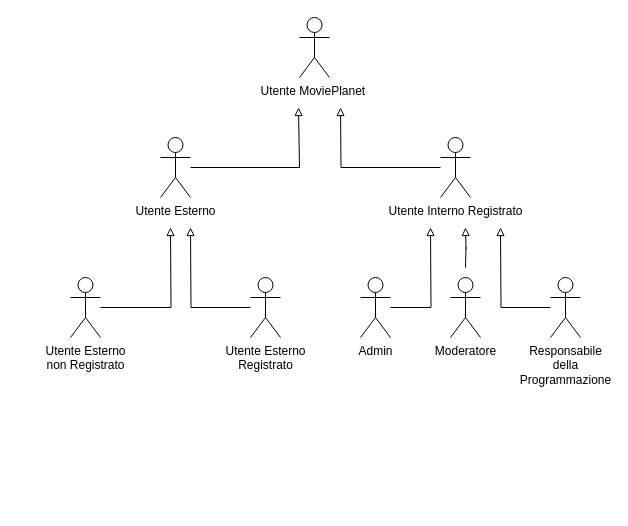
Earlier version of the draw.io diagram users.drawio (michelafarruggia/SEBD). Source tidied: cells renumbered, new cells numbered last; positions are measured from the earlier drawing's top-left corner, leaving out a move shared by most shapes. Both pictures are drawn from the tidied source at 100%, with x=0, y=0 at pixel (70, 17).
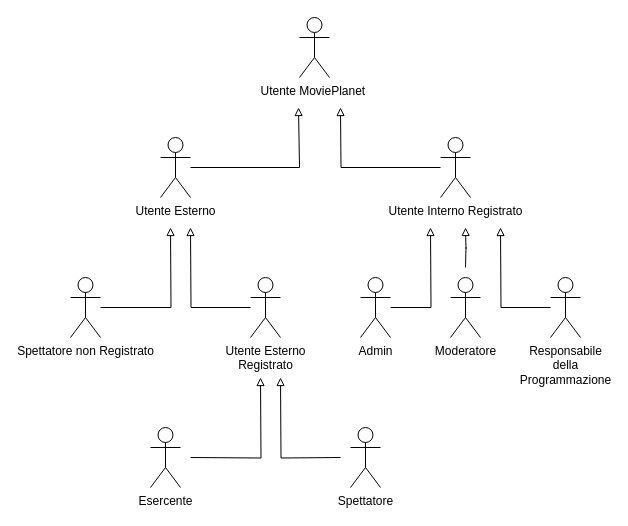
The same page after the edit.

What changed in the source:
```diff
@@
-    <mxCell id="8" value="Utente Esterno&lt;br&gt;non Registrato" style="shape=umlActor;verticalLabelPosition=bottom;verticalAlign=top;html=1;outlineConnect=0;" parent="1" vertex="1">
+    <mxCell id="8" value="Spettatore non Registrato" style="shape=umlActor;verticalLabelPosition=bottom;verticalAlign=top;html=1;outlineConnect=0;" parent="1" vertex="1">
       <mxGeometry y="260" width="30" height="60" as="geometry" />
     </mxCell>
@@
+    <mxCell id="17" style="edgeStyle=orthogonalEdgeStyle;rounded=0;orthogonalLoop=1;jettySize=auto;html=1;endArrow=block;endFill=0;" parent="1" edge="1">
+      <mxGeometry relative="1" as="geometry">
+        <mxPoint x="120" y="440" as="sourcePoint" />
+        <mxPoint x="190" y="360" as="targetPoint" />
+      </mxGeometry>
+    </mxCell>
+    <mxCell id="18" style="edgeStyle=orthogonalEdgeStyle;rounded=0;orthogonalLoop=1;jettySize=auto;html=1;endArrow=block;endFill=0;" parent="1" edge="1">
+      <mxGeometry relative="1" as="geometry">
+        <mxPoint x="270" y="440" as="sourcePoint" />
+        <mxPoint x="210" y="360" as="targetPoint" />
+      </mxGeometry>
+    </mxCell>
+    <mxCell id="19" value="Esercente" style="shape=umlActor;verticalLabelPosition=bottom;verticalAlign=top;html=1;" parent="1" vertex="1">
+      <mxGeometry x="80" y="410" width="30" height="60" as="geometry" />
+    </mxCell>
+    <mxCell id="20" value="Spettatore" style="shape=umlActor;verticalLabelPosition=bottom;verticalAlign=top;html=1;" parent="1" vertex="1">
+      <mxGeometry x="280" y="410" width="30" height="60" as="geometry" />
+    </mxCell>
```
